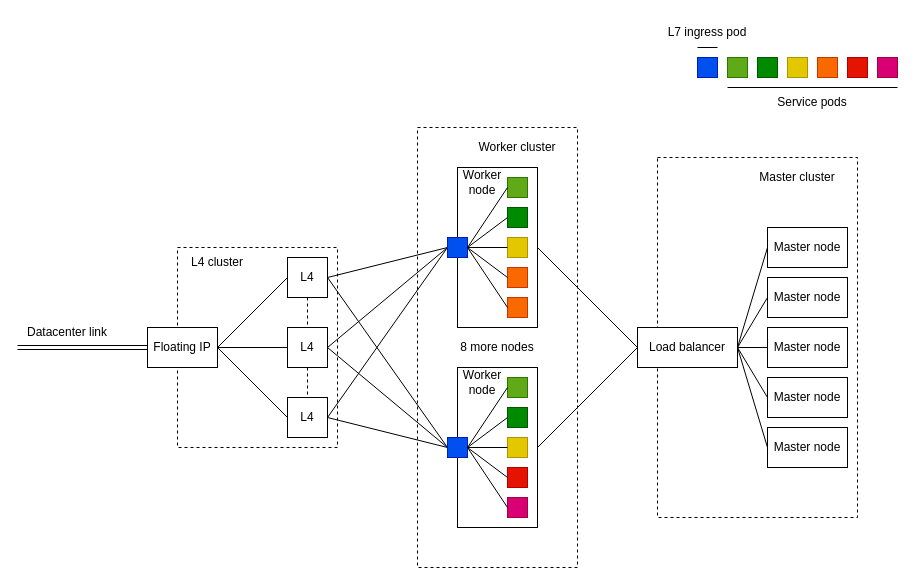
This is assets/drawio/local-balancing.drawio from DeveloperMan313/vk-highload, a draw.io file, before an edit. Source tidied: cells renumbered, new cells numbered last; positions are measured from the earlier drawing's top-left corner, leaving out a move shared by most shapes. Both pictures are drawn from the tidied source at 100%, with x=0, y=0 at pixel (17, 17).
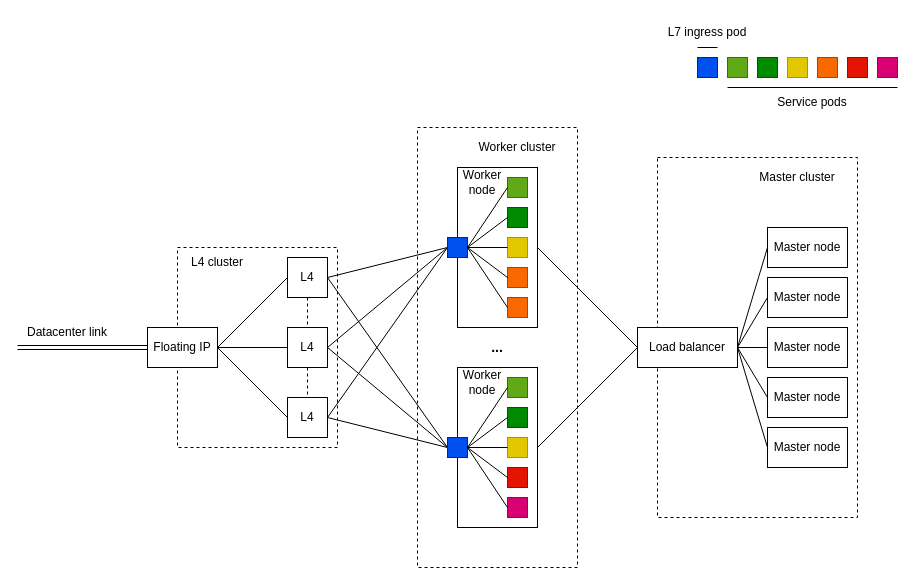
The same page after the edit.

Commit message (it also covers changes not shown here):
Edit local balancing and resource calculations

The edit, as a diff of the source:
```diff
@@
-    <mxCell id="4" value="8 more nodes" style="text;html=1;strokeColor=none;fillColor=none;align=center;verticalAlign=middle;whiteSpace=wrap;rounded=0;" parent="1" vertex="1">
+    <mxCell id="4" value="&lt;span&gt;...&lt;/span&gt;" style="text;html=1;strokeColor=none;fillColor=none;align=center;verticalAlign=middle;whiteSpace=wrap;rounded=0;fontStyle=1;fontSize=14;" parent="1" vertex="1">
       <mxGeometry x="440" y="310" width="80" height="40" as="geometry" />
     </mxCell>
```
